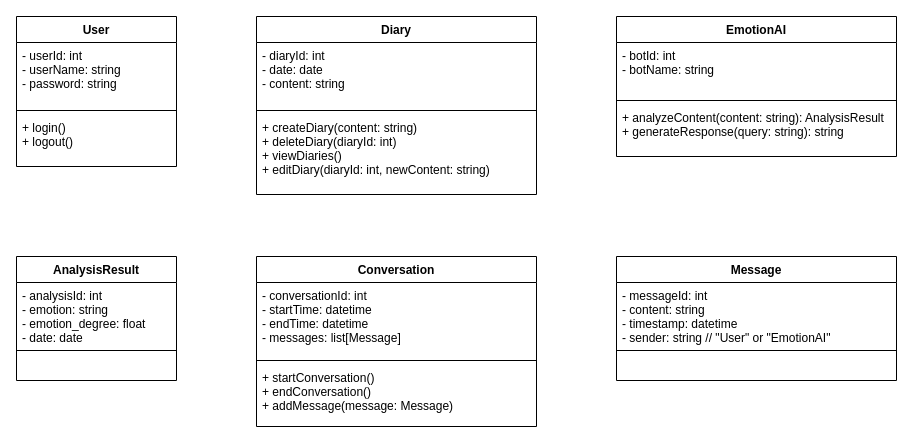
This is spec/figure_class/classes.drawio from ut42univ/EmoDialog, a draw.io file, before an edit. Source tidied: cells renumbered, new cells numbered last; positions are measured from the earlier drawing's top-left corner, leaving out a move shared by most shapes. Both pictures are drawn from the tidied source at 100%, with x=0, y=0 at pixel (16, 16).
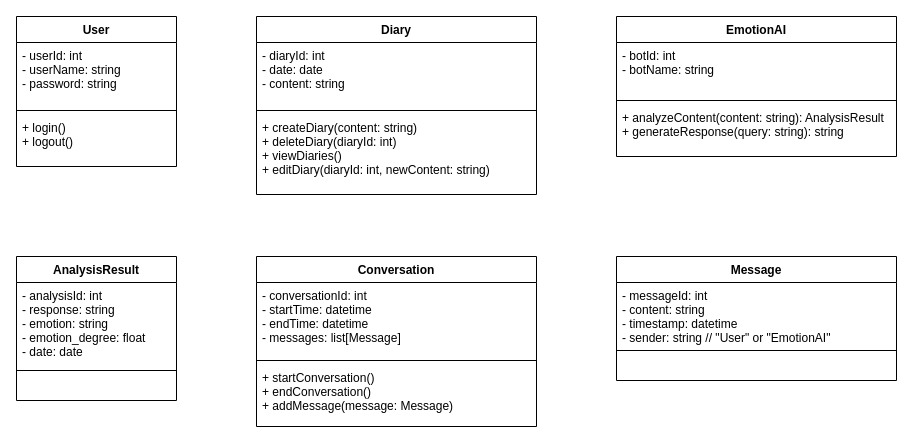
The same page after the edit.

The edit, as a diff of the source:
```diff
@@
     <mxCell id="14" value="AnalysisResult" style="swimlane;fontStyle=1;align=center;verticalAlign=top;horizontal=1;startSize=26;labelBackgroundColor=none;labelBorderColor=none;fontColor=default;html=0;" parent="1" vertex="1">
-      <mxGeometry y="240" width="160" height="124" as="geometry" />
+      <mxGeometry y="240" width="160" height="144" as="geometry" />
     </mxCell>
-    <mxCell id="15" value="- analysisId: int&#10;- emotion: string&#10;- emotion_degree: float&#10;- date: date" style="text;strokeColor=none;fillColor=none;align=left;verticalAlign=top;spacingLeft=4;spacingRight=4;overflow=hidden;labelBackgroundColor=none;labelBorderColor=none;fontColor=default;html=0;" parent="14" vertex="1">
-      <mxGeometry y="26" width="160" height="64" as="geometry" />
+    <mxCell id="15" value="- analysisId: int&#10;- response: string&#10;- emotion: string&#10;- emotion_degree: float&#10;- date: date" style="text;strokeColor=none;fillColor=none;align=left;verticalAlign=top;spacingLeft=4;spacingRight=4;overflow=hidden;labelBackgroundColor=none;labelBorderColor=none;fontColor=default;html=0;" parent="14" vertex="1">
+      <mxGeometry y="26" width="160" height="84" as="geometry" />
     </mxCell>
     <mxCell id="16" style="line;strokeWidth=1;fillColor=none;align=left;verticalAlign=middle;spacingTop=-1;spacingLeft=3;spacingRight=3;labelPosition=right;strokeColor=inherit;labelBackgroundColor=none;labelBorderColor=none;fontColor=default;html=0;" parent="14" vertex="1">
-      <mxGeometry y="90" width="160" height="8" as="geometry" />
+      <mxGeometry y="110" width="160" height="8" as="geometry" />
     </mxCell>
     <mxCell id="17" value=" " style="text;strokeColor=none;fillColor=none;align=left;verticalAlign=top;spacingLeft=4;spacingRight=4;overflow=hidden;labelBackgroundColor=none;labelBorderColor=none;fontColor=default;html=0;" parent="14" vertex="1">
-      <mxGeometry y="98" width="160" height="26" as="geometry" />
+      <mxGeometry y="118" width="160" height="26" as="geometry" />
     </mxCell>
```
